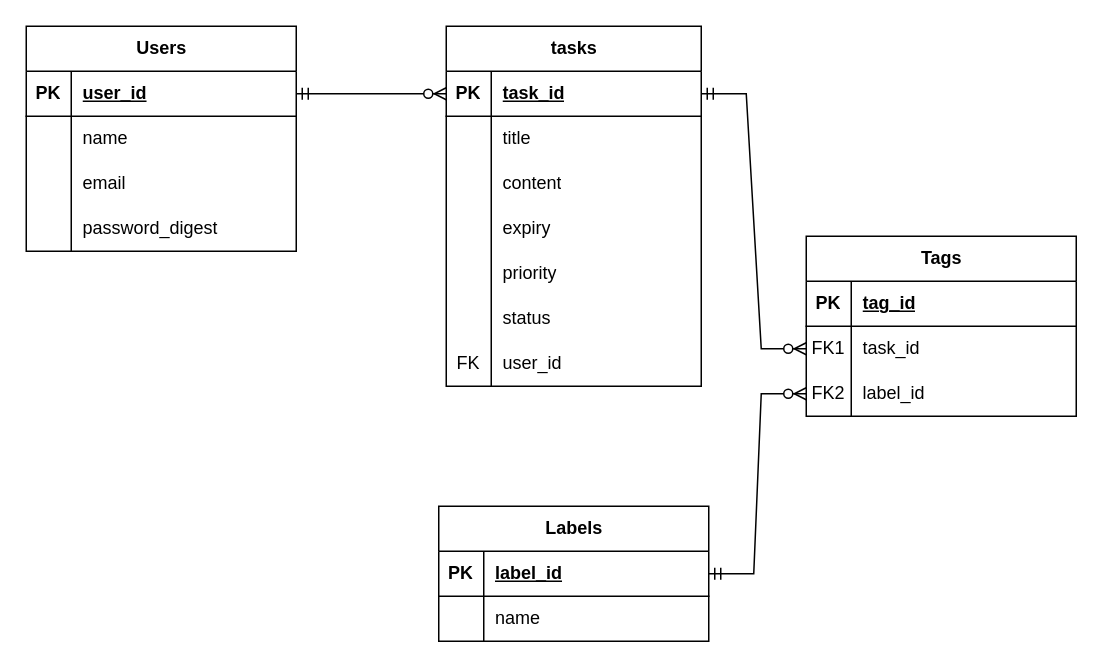
Earlier version of the draw.io diagram docs/ER.drawio (taiki8amamoto/taskmanage_app). Source tidied: cells renumbered, new cells numbered last; positions are measured from the earlier drawing's top-left corner, leaving out a move shared by most shapes. Both pictures are drawn from the tidied source at 150%, with x=0, y=0 at pixel (26, 26).
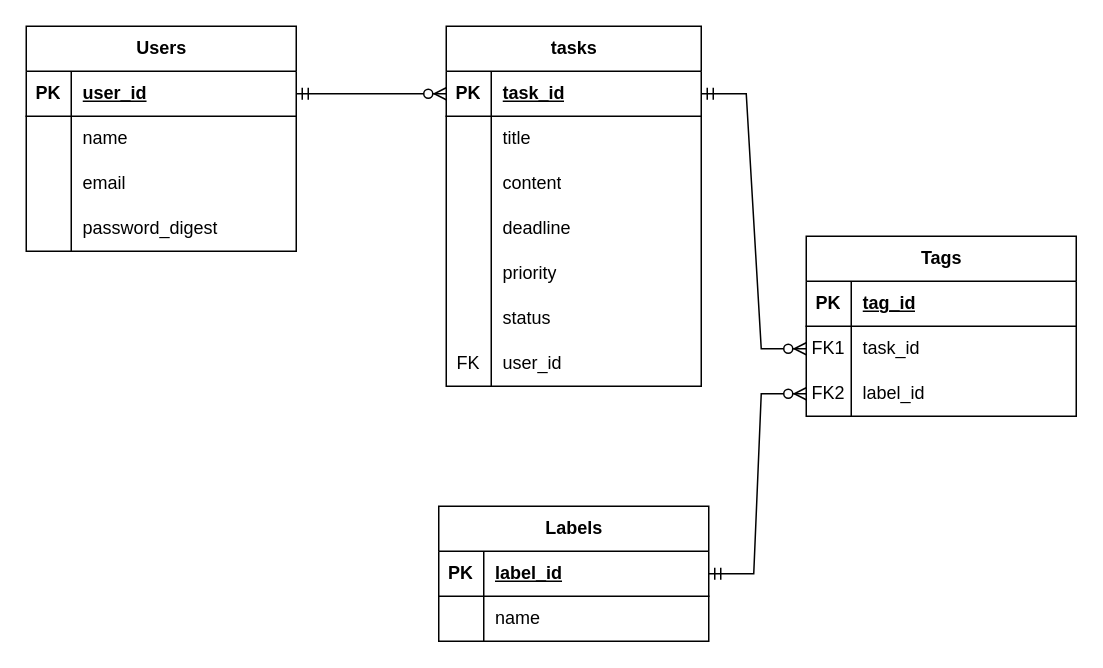
The same page after the edit.

Unchanged cells that the change refers to:
```xml
<mxCell id="25" style="shape=tableRow;horizontal=0;startSize=0;swimlaneHead=0;swimlaneBody=0;fillColor=none;top=0;left=0;right=0;bottom=0;" parent="15" vertex="1">
  <mxGeometry y="120" width="170" height="30" as="geometry" />
</mxCell>
```

Diff of the diagram source:
```diff
@@
-    <mxCell id="27" value="expiry" style="shape=partialRectangle;fillColor=none;top=0;left=0;bottom=0;right=0;align=left;spacingLeft=6;overflow=hidden;whiteSpace=wrap;html=1;" parent="25" vertex="1">
+    <mxCell id="27" value="deadline" style="shape=partialRectangle;fillColor=none;top=0;left=0;bottom=0;right=0;align=left;spacingLeft=6;overflow=hidden;whiteSpace=wrap;html=1;" parent="25" vertex="1">
       <mxGeometry x="30" width="140" height="30" as="geometry" />
     </mxCell>
```
